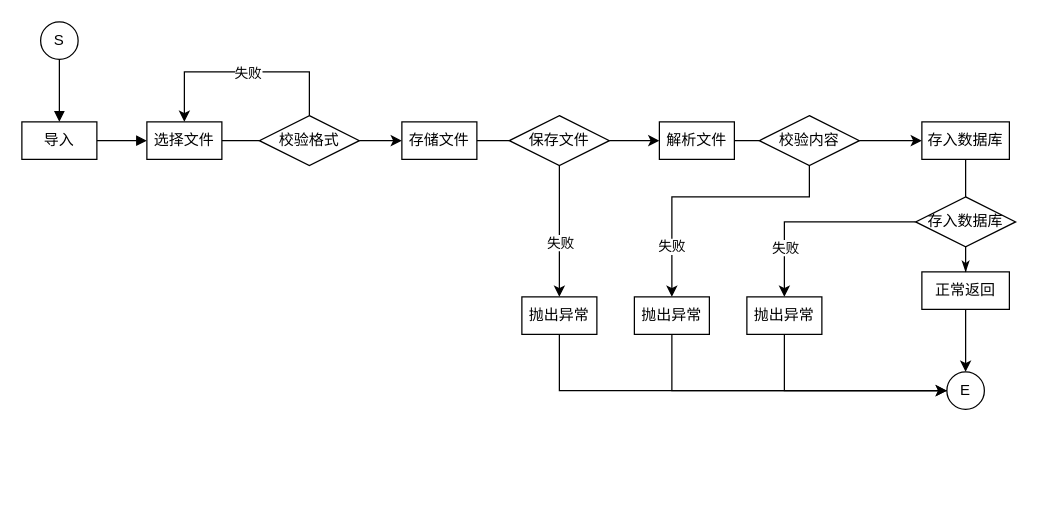
Earlier version of the draw.io diagram page "业务流程图-数据清洗" (3 of 6) of doc/安吉数字化.drawio (CoderDream/java-architect-util). Source tidied: cells renumbered, new cells numbered last; positions are measured from the earlier drawing's top-left corner, leaving out a move shared by most shapes. Both pictures are drawn from the tidied source at 125%, with x=0, y=0 at pixel (21, 21).
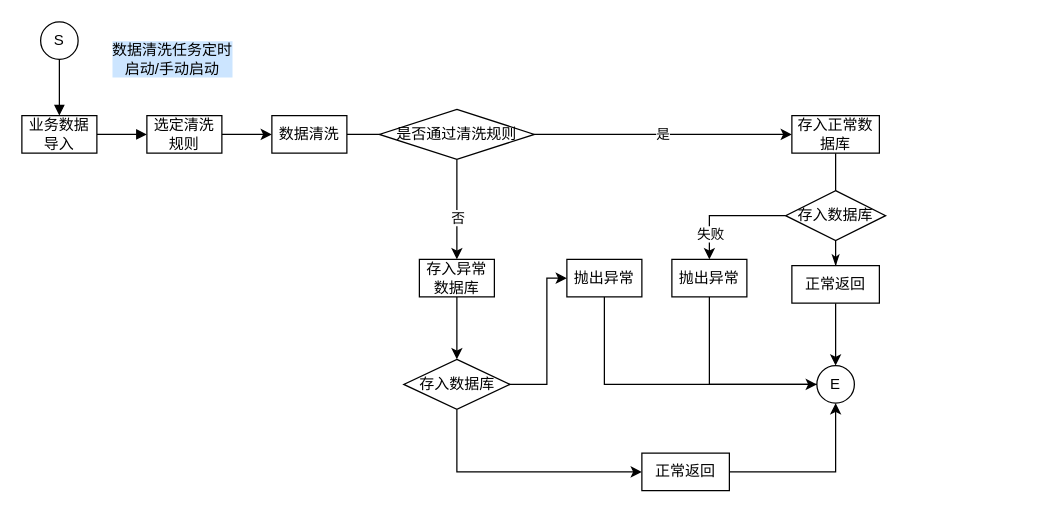
Above is the later version.

The edit, as a diff of the source:
```diff
@@
-    <mxCell id="5" value="导入" style="rounded=0;whiteSpace=wrap;html=1;fillColor=#FFFFFF;" parent="1" vertex="1">
-      <mxGeometry y="80" width="60" height="30" as="geometry" />
+    <mxCell id="5" value="业务数据导入" style="rounded=0;whiteSpace=wrap;html=1;fillColor=#FFFFFF;" parent="1" vertex="1">
+      <mxGeometry y="75" width="60" height="30" as="geometry" />
     </mxCell>
-    <mxCell id="6" style="edgeStyle=orthogonalEdgeStyle;rounded=0;jettySize=auto;html=1;entryX=0.5;entryY=0;entryDx=0;entryDy=0;endArrow=classic;endFill=1;exitX=0.5;exitY=0;exitDx=0;exitDy=0;" parent="1" edge="1" source="9" target="14">
-      <mxGeometry relative="1" as="geometry">
-        <Array as="points">
-          <mxPoint x="230" y="40" />
-          <mxPoint x="130" y="40" />
-        </Array>
-      </mxGeometry>
-    </mxCell>
-    <mxCell id="7" value="失败" style="edgeLabel;html=1;align=center;verticalAlign=middle;" parent="6" vertex="1">
-      <mxGeometry x="0.14" relative="1" as="geometry">
-        <mxPoint x="15" as="offset" />
-      </mxGeometry>
-    </mxCell>
-    <mxCell id="8" style="edgeStyle=orthogonalEdgeStyle;rounded=0;jettySize=auto;html=1;endArrow=classic;endFill=1;" parent="1" edge="1" source="9" target="12">
+    <mxCell id="8" style="edgeStyle=orthogonalEdgeStyle;rounded=0;jettySize=auto;html=1;endArrow=classic;endFill=1;exitX=1;exitY=0.5;exitDx=0;exitDy=0;" parent="1" edge="1" source="14" target="12">
       <mxGeometry relative="1" as="geometry" />
     </mxCell>
-    <mxCell id="9" value="校验格式" style="rhombus;whiteSpace=wrap;html=1;fillColor=#FFFFFF;" parent="1" vertex="1">
-      <mxGeometry x="190" y="75" width="80" height="40" as="geometry" />
-    </mxCell>
-    <mxCell id="10" style="edgeStyle=orthogonalEdgeStyle;rounded=0;jettySize=auto;html=1;endArrow=classic;endFill=1;exitX=1;exitY=0.5;exitDx=0;exitDy=0;entryX=0;entryY=0.5;entryDx=0;entryDy=0;" parent="1" edge="1" source="23" target="25">
+    <mxCell id="10" value="是" style="edgeStyle=orthogonalEdgeStyle;rounded=0;jettySize=auto;html=1;endArrow=classic;endFill=1;exitX=1;exitY=0.5;exitDx=0;exitDy=0;entryX=0;entryY=0.5;entryDx=0;entryDy=0;" parent="1" edge="1" source="23" target="27">
       <mxGeometry relative="1" as="geometry" />
     </mxCell>
@@
-    <mxCell id="12" value="存储文件" style="rounded=0;whiteSpace=wrap;html=1;fillColor=#FFFFFF;" parent="1" vertex="1">
-      <mxGeometry x="304" y="80" width="60" height="30" as="geometry" />
+    <mxCell id="12" value="数据清洗" style="rounded=0;whiteSpace=wrap;html=1;fillColor=#FFFFFF;" parent="1" vertex="1">
+      <mxGeometry x="200" y="75" width="60" height="30" as="geometry" />
     </mxCell>
-    <mxCell id="13" style="edgeStyle=orthogonalEdgeStyle;rounded=0;jettySize=auto;html=1;endArrow=none;endFill=0;" parent="1" edge="1" source="14" target="9">
-      <mxGeometry relative="1" as="geometry" />
-    </mxCell>
-    <mxCell id="14" value="选择文件" style="rounded=0;whiteSpace=wrap;html=1;fillColor=#FFFFFF;" parent="1" vertex="1">
-      <mxGeometry x="100" y="80" width="60" height="30" as="geometry" />
+    <mxCell id="14" value="选定清洗规则" style="rounded=0;whiteSpace=wrap;html=1;fillColor=#FFFFFF;" parent="1" vertex="1">
+      <mxGeometry x="100" y="75" width="60" height="30" as="geometry" />
     </mxCell>
-    <mxCell id="15" style="edgeStyle=orthogonalEdgeStyle;rounded=0;jettySize=auto;html=1;endArrow=classic;endFill=1;" parent="1" edge="1" source="16" target="31">
-      <mxGeometry relative="1" as="geometry">
-        <Array as="points">
-          <mxPoint x="430" y="295" />
-        </Array>
-      </mxGeometry>
-    </mxCell>
+    <mxCell id="38" style="edgeStyle=orthogonalEdgeStyle;rounded=0;jettySize=auto;html=1;entryX=0.5;entryY=0;entryDx=0;entryDy=0;" parent="1" edge="1" source="16" target="41">
+      <mxGeometry relative="1" as="geometry" />
+    </mxCell>
-    <mxCell id="16" value="抛出异常" style="rounded=0;whiteSpace=wrap;html=1;fillColor=#FFFFFF;" parent="1" vertex="1">
-      <mxGeometry x="400" y="220" width="60" height="30" as="geometry" />
+    <mxCell id="16" value="存入异常数据库" style="rounded=0;whiteSpace=wrap;html=1;fillColor=#FFFFFF;" parent="1" vertex="1">
+      <mxGeometry x="318" y="190" width="60" height="30" as="geometry" />
     </mxCell>
     <mxCell id="17" style="edgeStyle=orthogonalEdgeStyle;rounded=0;jettySize=auto;html=1;entryX=0.5;entryY=0;entryDx=0;entryDy=0;endArrow=classic;endFill=1;" parent="1" edge="1" source="18" target="31">
       <mxGeometry relative="1" as="geometry">
         <Array as="points">
-          <mxPoint x="520" y="295" />
-          <mxPoint x="755" y="295" />
+          <mxPoint x="466" y="290" />
+          <mxPoint x="651" y="290" />
         </Array>
       </mxGeometry>
     </mxCell>
     <mxCell id="18" value="抛出异常" style="rounded=0;whiteSpace=wrap;html=1;fillColor=#FFFFFF;" parent="1" vertex="1">
-      <mxGeometry x="490" y="220" width="60" height="30" as="geometry" />
+      <mxGeometry x="436" y="190" width="60" height="30" as="geometry" />
     </mxCell>
     <mxCell id="19" style="edgeStyle=orthogonalEdgeStyle;rounded=0;jettySize=auto;html=1;endArrow=classic;endFill=1;" parent="1" edge="1" source="20" target="31">
       <mxGeometry relative="1" as="geometry">
         <Array as="points">
-          <mxPoint x="755" y="250" />
-          <mxPoint x="755" y="250" />
+          <mxPoint x="651" y="245" />
+          <mxPoint x="651" y="245" />
         </Array>
       </mxGeometry>
     </mxCell>
     <mxCell id="20" value="正常返回" style="rounded=0;whiteSpace=wrap;html=1;fillColor=#FFFFFF;" parent="1" vertex="1">
-      <mxGeometry x="720" y="200" width="70" height="30" as="geometry" />
+      <mxGeometry x="616" y="195" width="70" height="30" as="geometry" />
     </mxCell>
-    <mxCell id="21" style="edgeStyle=orthogonalEdgeStyle;rounded=0;jettySize=auto;html=1;endArrow=classic;endFill=1;" parent="1" edge="1" source="23" target="16">
+    <mxCell id="21" style="edgeStyle=orthogonalEdgeStyle;rounded=0;jettySize=auto;html=1;endArrow=classic;endFill=1;exitX=0.5;exitY=1;exitDx=0;exitDy=0;entryX=0.5;entryY=0;entryDx=0;entryDy=0;" parent="1" edge="1" source="23" target="16">
       <mxGeometry relative="1" as="geometry">
         <Array as="points">
-          <mxPoint x="430" y="165" />
+          <mxPoint x="348" y="180" />
+          <mxPoint x="348" y="180" />
         </Array>
       </mxGeometry>
     </mxCell>
-    <mxCell id="22" value="失败" style="edgeLabel;html=1;align=center;verticalAlign=middle;" parent="21" vertex="1">
+    <mxCell id="22" value="否" style="edgeLabel;html=1;align=center;verticalAlign=middle;" parent="21" vertex="1">
       <mxGeometry x="0.2" y="2" relative="1" as="geometry">
         <mxPoint x="-2" y="-2" as="offset" />
       </mxGeometry>
     </mxCell>
-    <mxCell id="23" value="保存文件" style="rhombus;whiteSpace=wrap;html=1;fillColor=#FFFFFF;" parent="1" vertex="1">
-      <mxGeometry x="390" y="75" width="80" height="40" as="geometry" />
+    <mxCell id="23" value="是否通过清洗规则" style="rhombus;whiteSpace=wrap;html=1;fillColor=#FFFFFF;" parent="1" vertex="1">
+      <mxGeometry x="286" y="70" width="124" height="40" as="geometry" />
     </mxCell>
-    <mxCell id="24" style="edgeStyle=orthogonalEdgeStyle;rounded=0;jettySize=auto;html=1;endArrow=none;endFill=0;" parent="1" edge="1" source="25" target="30">
-      <mxGeometry relative="1" as="geometry" />
-    </mxCell>
-    <mxCell id="25" value="解析文件" style="rounded=0;whiteSpace=wrap;html=1;fillColor=#FFFFFF;" parent="1" vertex="1">
-      <mxGeometry x="510" y="80" width="60" height="30" as="geometry" />
-    </mxCell>
@@
-    <mxCell id="27" value="存入数据库" style="rounded=0;whiteSpace=wrap;html=1;fillColor=#FFFFFF;" parent="1" vertex="1">
-      <mxGeometry x="720" y="80" width="70" height="30" as="geometry" />
+    <mxCell id="27" value="存入正常数据库" style="rounded=0;whiteSpace=wrap;html=1;fillColor=#FFFFFF;" parent="1" vertex="1">
+      <mxGeometry x="616" y="75" width="70" height="30" as="geometry" />
     </mxCell>
-    <mxCell id="28" value="失败" style="edgeStyle=orthogonalEdgeStyle;rounded=0;jettySize=auto;html=1;endArrow=classic;endFill=1;entryX=0.5;entryY=0;entryDx=0;entryDy=0;exitX=0.5;exitY=1;exitDx=0;exitDy=0;" parent="1" edge="1" source="30" target="18">
-      <mxGeometry x="0.63" relative="1" as="geometry">
-        <Array as="points">
-          <mxPoint x="630" y="140" />
-          <mxPoint x="520" y="140" />
-        </Array>
-      </mxGeometry>
-    </mxCell>
-    <mxCell id="29" style="edgeStyle=orthogonalEdgeStyle;rounded=0;jettySize=auto;html=1;entryX=0;entryY=0.5;entryDx=0;entryDy=0;endArrow=classic;endFill=1;" parent="1" edge="1" source="30" target="27">
-      <mxGeometry relative="1" as="geometry" />
-    </mxCell>
-    <mxCell id="30" value="校验内容" style="rhombus;whiteSpace=wrap;html=1;fillColor=#FFFFFF;" parent="1" vertex="1">
-      <mxGeometry x="590" y="75" width="80" height="40" as="geometry" />
-    </mxCell>
     <mxCell id="31" value="E" style="ellipse;whiteSpace=wrap;html=1;fillColor=#FFFFFF;" parent="1" vertex="1">
-      <mxGeometry x="740" y="280" width="30" height="30" as="geometry" />
+      <mxGeometry x="636" y="275" width="30" height="30" as="geometry" />
     </mxCell>
@@
     <mxCell id="35" value="存入数据库" style="rhombus;whiteSpace=wrap;html=1;fillColor=#FFFFFF;" parent="1" vertex="1">
-      <mxGeometry x="715" y="140" width="80" height="40" as="geometry" />
+      <mxGeometry x="611" y="135" width="80" height="40" as="geometry" />
     </mxCell>
     <mxCell id="36" style="edgeStyle=orthogonalEdgeStyle;rounded=0;jettySize=auto;html=1;entryX=0;entryY=0.5;entryDx=0;entryDy=0;endArrow=classic;endFill=1;" parent="1" edge="1" source="37" target="31">
       <mxGeometry relative="1" as="geometry">
         <Array as="points">
-          <mxPoint x="610" y="295" />
+          <mxPoint x="550" y="290" />
         </Array>
       </mxGeometry>
     </mxCell>
     <mxCell id="37" value="抛出异常" style="rounded=0;whiteSpace=wrap;html=1;fillColor=#FFFFFF;" parent="1" vertex="1">
-      <mxGeometry x="580" y="220" width="60" height="30" as="geometry" />
+      <mxGeometry x="520" y="190" width="60" height="30" as="geometry" />
     </mxCell>
+    <mxCell id="39" style="edgeStyle=orthogonalEdgeStyle;rounded=0;jettySize=auto;html=1;entryX=0;entryY=0.5;entryDx=0;entryDy=0;exitX=1;exitY=0.5;exitDx=0;exitDy=0;" parent="1" edge="1" source="41" target="18">
+      <mxGeometry relative="1" as="geometry">
+        <Array as="points">
+          <mxPoint x="385" y="290" />
+          <mxPoint x="420" y="290" />
+          <mxPoint x="420" y="205" />
+        </Array>
+      </mxGeometry>
+    </mxCell>
+    <mxCell id="40" style="edgeStyle=orthogonalEdgeStyle;rounded=0;jettySize=auto;html=1;entryX=0;entryY=0.5;entryDx=0;entryDy=0;exitX=0.5;exitY=1;exitDx=0;exitDy=0;" parent="1" edge="1" source="41" target="43">
+      <mxGeometry relative="1" as="geometry">
+        <Array as="points">
+          <mxPoint x="348" y="360" />
+        </Array>
+      </mxGeometry>
+    </mxCell>
+    <mxCell id="41" value="存入数据库" style="rhombus;whiteSpace=wrap;html=1;fillColor=#FFFFFF;" parent="1" vertex="1">
+      <mxGeometry x="305.5" y="270" width="85" height="40" as="geometry" />
+    </mxCell>
+    <mxCell id="42" style="edgeStyle=orthogonalEdgeStyle;rounded=0;jettySize=auto;html=1;entryX=0.5;entryY=1;entryDx=0;entryDy=0;" parent="1" edge="1" source="43" target="31">
+      <mxGeometry relative="1" as="geometry" />
+    </mxCell>
+    <mxCell id="43" value="正常返回" style="rounded=0;whiteSpace=wrap;html=1;fillColor=#FFFFFF;" parent="1" vertex="1">
+      <mxGeometry x="496" y="345" width="70" height="30" as="geometry" />
+    </mxCell>
+    <mxCell id="44" value="数据清洗任务定时&lt;br&gt;启动/手动启动" style="text;html=1;align=center;verticalAlign=middle;strokeColor=none;fillColor=none;labelBackgroundColor=#CCE5FF;" parent="1" vertex="1">
+      <mxGeometry x="60" y="10" width="120" height="40" as="geometry" />
+    </mxCell>
```
